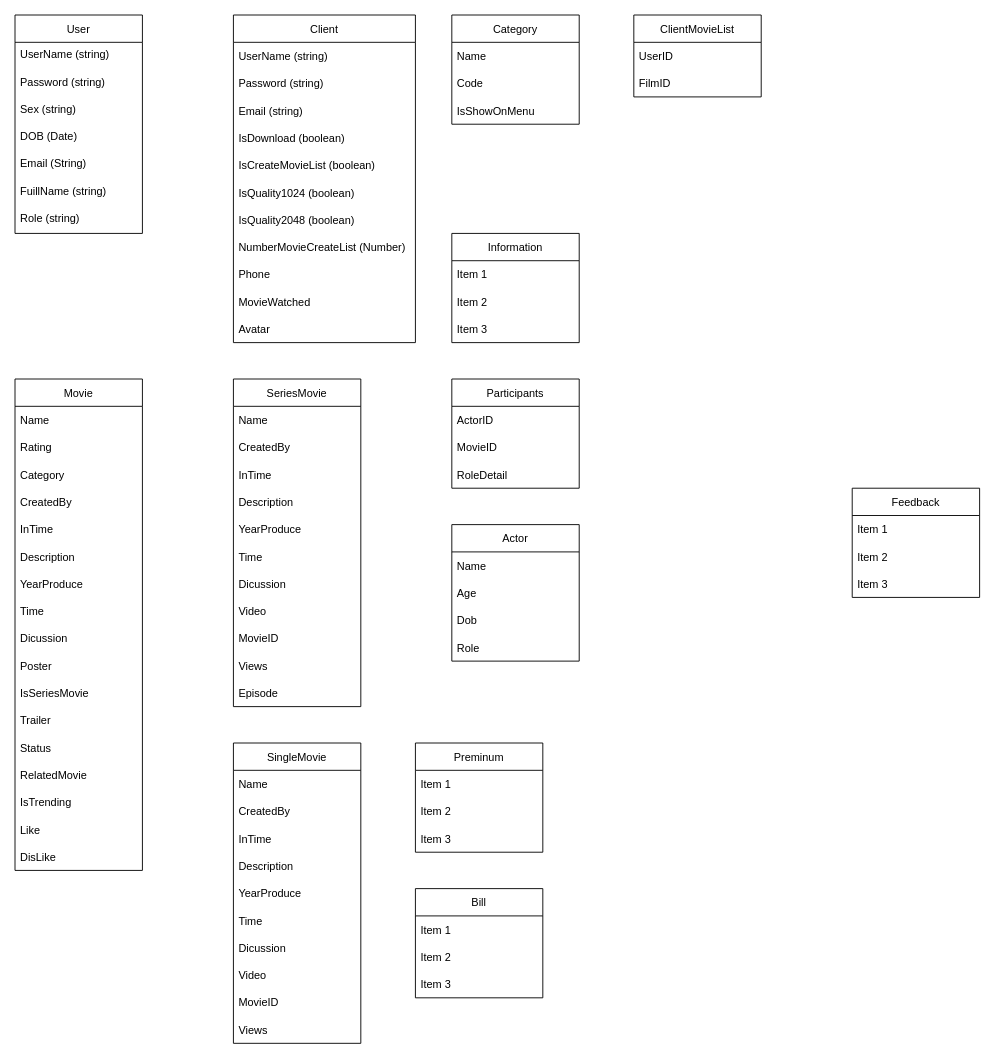
Earlier version of the draw.io diagram database.drawio (KenDZz1012/LKShop-NgonNguKichBan). Source tidied: cells renumbered, new cells numbered last; positions are measured from the earlier drawing's top-left corner, leaving out a move shared by most shapes. Both pictures are drawn from the tidied source at 91%, with x=0, y=0 at pixel (15, 15).
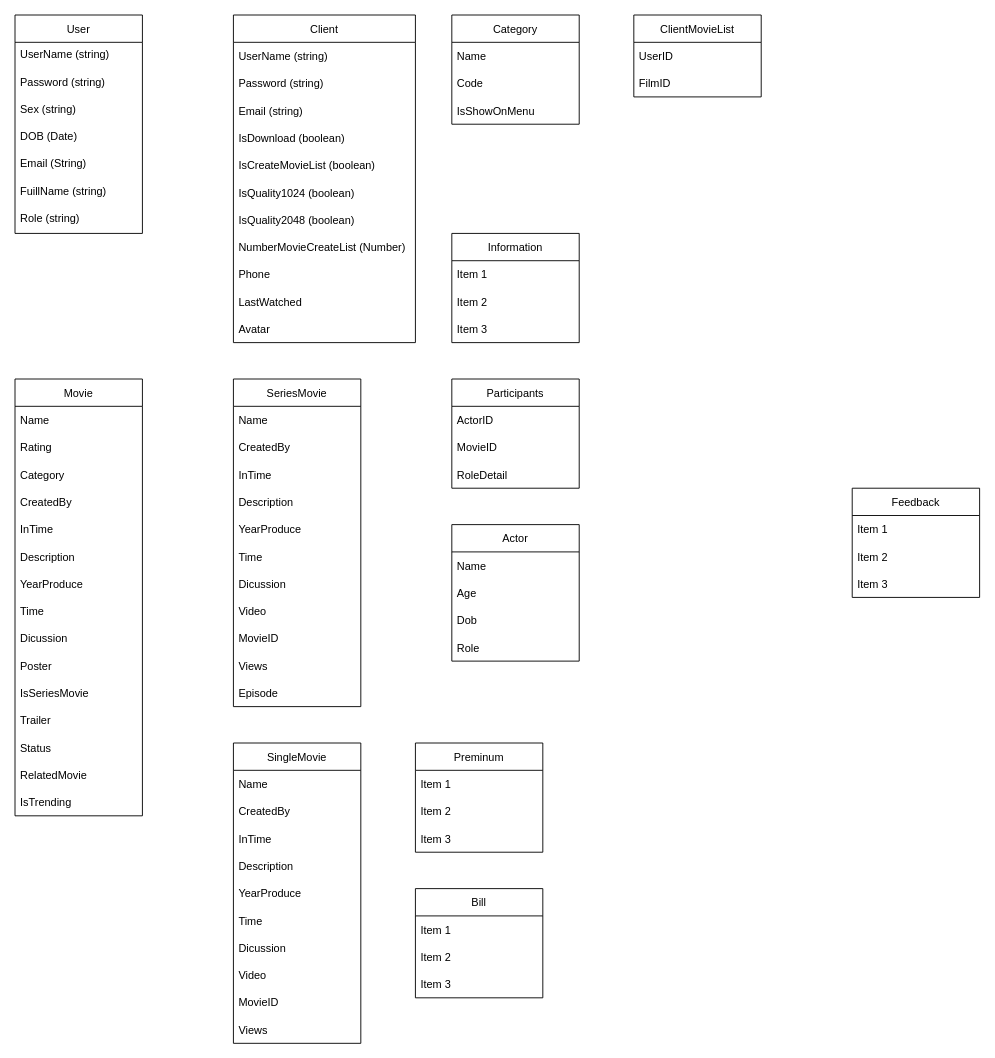
The same page after the edit.

The change refers to these unchanged cells:
```xml
<mxCell id="32" value="Client" style="swimlane;fontStyle=0;horizontal=1;startSize=30;" parent="1" vertex="1">
  <mxGeometry x="240" width="200" height="360" as="geometry" />
</mxCell>
```

Diff of the diagram source:
```diff
@@
     <mxCell id="10" value="Movie" style="swimlane;fontStyle=0;horizontal=1;startSize=30;" parent="1" vertex="1">
-      <mxGeometry y="400" width="140" height="540" as="geometry" />
+      <mxGeometry y="400" width="140" height="480" as="geometry" />
     </mxCell>
@@
-    <mxCell id="26" value="Like" style="text;strokeColor=none;fillColor=none;align=left;verticalAlign=middle;spacingLeft=4;spacingRight=4;overflow=hidden;" parent="10" vertex="1">
-      <mxGeometry y="480" width="140" height="30" as="geometry" />
-    </mxCell>
-    <mxCell id="27" value="DisLike" style="text;strokeColor=none;fillColor=none;align=left;verticalAlign=middle;spacingLeft=4;spacingRight=4;overflow=hidden;" parent="10" vertex="1">
-      <mxGeometry y="510" width="140" height="30" as="geometry" />
-    </mxCell>
@@
-    <mxCell id="42" value="MovieWatched" style="text;strokeColor=none;fillColor=none;align=left;verticalAlign=middle;spacingLeft=4;spacingRight=4;overflow=hidden;" parent="32" vertex="1">
+    <mxCell id="42" value="LastWatched" style="text;strokeColor=none;fillColor=none;align=left;verticalAlign=middle;spacingLeft=4;spacingRight=4;overflow=hidden;" parent="32" vertex="1">
       <mxGeometry y="300" width="200" height="30" as="geometry" />
     </mxCell>
```
